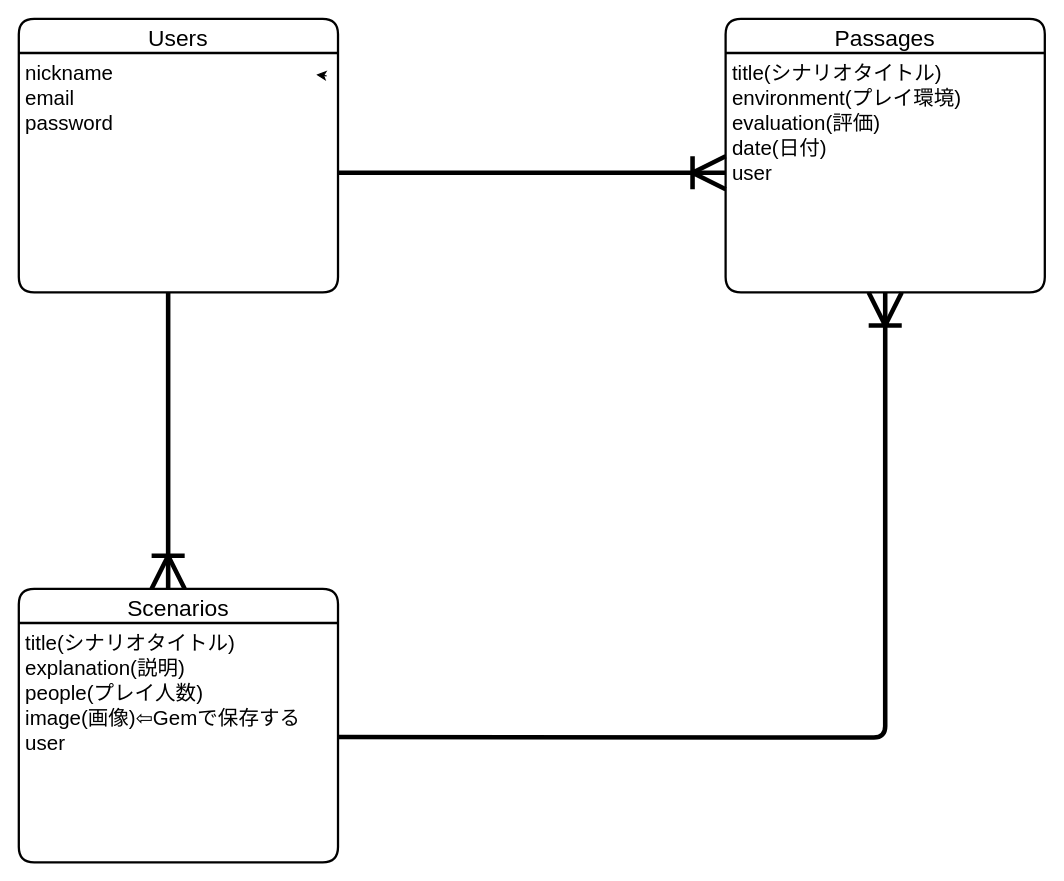
Before: madamisu.dio in randy1105/madamisu_card, a draw.io diagram. Source tidied: cells renumbered, new cells numbered last; positions are measured from the earlier drawing's top-left corner, leaving out a move shared by most shapes. Both pictures are drawn from the tidied source at 114%, with x=0, y=0 at pixel (18, 18).
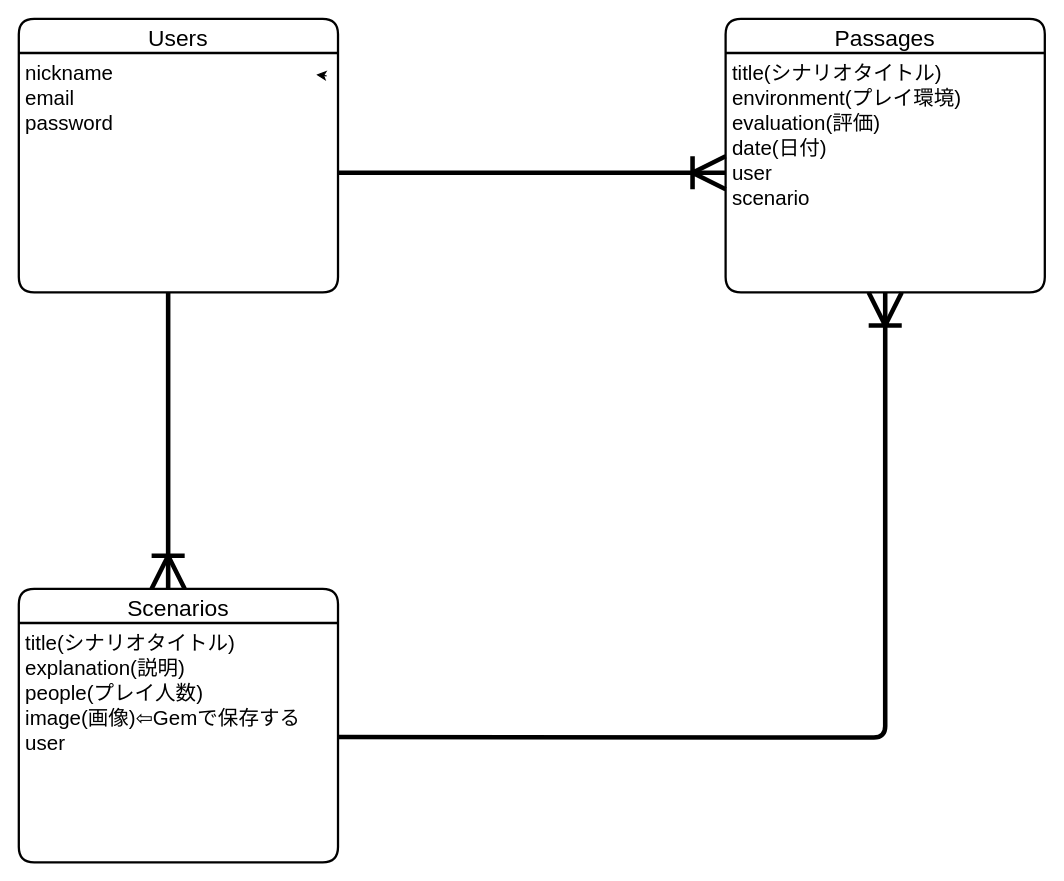
The same diagram, later.

The edit, as a diff of the source:
```diff
@@
 <mxGraphModel>
   <root>
     <mxCell id="0" />
     <mxCell id="1" parent="0" />
     <mxCell id="2" style="edgeStyle=none;html=1;exitX=1;exitY=0;exitDx=0;exitDy=0;entryX=0.936;entryY=-0.017;entryDx=0;entryDy=0;entryPerimeter=0;" parent="1" edge="1">
       <mxGeometry relative="1" as="geometry">
         <mxPoint x="270" y="50" as="sourcePoint" />
         <mxPoint x="261" y="49" as="targetPoint" />
       </mxGeometry>
     </mxCell>
     <mxCell id="3" value="Passages" style="swimlane;horizontal=1;startSize=30;rounded=1;fontSize=20;fontStyle=0;strokeWidth=2;shadow=0;dashed=0;align=center;" parent="1" vertex="1">
       <mxGeometry x="620" width="280" height="240" as="geometry" />
     </mxCell>
-    <mxCell id="4" value="title(シナリオタイトル)&#10;environment(プレイ環境)&#10;evaluation(評価)&#10;date(日付)&#10;user" style="align=left;strokeColor=none;fillColor=none;spacingLeft=4;fontSize=18;verticalAlign=top;" parent="3" vertex="1">
+    <mxCell id="4" value="title(シナリオタイトル)&#10;environment(プレイ環境)&#10;evaluation(評価)&#10;date(日付)&#10;user&#10;scenario" style="align=left;strokeColor=none;fillColor=none;spacingLeft=4;fontSize=18;verticalAlign=top;" parent="3" vertex="1">
       <mxGeometry y="30" width="280" height="210" as="geometry" />
     </mxCell>
     <mxCell id="5" value="Users" style="swimlane;horizontal=1;startSize=30;rounded=1;fontSize=20;fontStyle=0;strokeWidth=2;shadow=0;dashed=0;align=center;" parent="1" vertex="1">
       <mxGeometry width="280" height="240" as="geometry" />
     </mxCell>
     <mxCell id="6" value="nickname&#10;email&#10;password&#10;" style="align=left;strokeColor=none;fillColor=none;spacingLeft=4;fontSize=18;verticalAlign=top;" parent="5" vertex="1">
       <mxGeometry y="30" width="280" height="210" as="geometry" />
     </mxCell>
     <mxCell id="7" style="edgeStyle=entityRelationEdgeStyle;fontSize=12;html=1;endArrow=ERoneToMany;entryX=0;entryY=0.5;entryDx=0;entryDy=0;exitX=1;exitY=0.5;exitDx=0;exitDy=0;strokeWidth=4;endSize=24;endFill=0;" parent="1" edge="1" source="6" target="4">
       <mxGeometry relative="1" as="geometry" />
     </mxCell>
     <mxCell id="8" value="Scenarios" style="swimlane;horizontal=1;startSize=30;rounded=1;fontSize=20;fontStyle=0;strokeWidth=2;shadow=0;dashed=0;align=center;" parent="1" vertex="1">
       <mxGeometry y="500" width="280" height="240" as="geometry" />
     </mxCell>
     <mxCell id="9" value="title(シナリオタイトル)&#10;explanation(説明)&#10;people(プレイ人数)&#10;image(画像)⇦Gemで保存する&#10;user&#10;" style="align=left;strokeColor=none;fillColor=none;spacingLeft=4;fontSize=18;verticalAlign=top;" parent="8" vertex="1">
       <mxGeometry y="30" width="280" height="210" as="geometry" />
     </mxCell>
     <mxCell id="10" style="edgeStyle=orthogonalEdgeStyle;fontSize=12;html=1;endArrow=ERoneToMany;strokeWidth=4;endSize=24;endFill=0;exitX=0.467;exitY=1;exitDx=0;exitDy=0;exitPerimeter=0;" parent="1" edge="1" source="6">
       <mxGeometry relative="1" as="geometry">
         <mxPoint x="131" y="500" as="targetPoint" />
         <Array as="points">
           <mxPoint x="131" y="500" />
         </Array>
       </mxGeometry>
     </mxCell>
     <mxCell id="11" style="edgeStyle=orthogonalEdgeStyle;fontSize=12;html=1;endArrow=ERoneToMany;exitX=1;exitY=0.5;exitDx=0;exitDy=0;strokeWidth=4;endSize=24;endFill=0;entryX=0.5;entryY=1;entryDx=0;entryDy=0;" parent="1" edge="1" target="4">
       <mxGeometry relative="1" as="geometry">
         <mxPoint x="280" y="630" as="sourcePoint" />
       </mxGeometry>
     </mxCell>
   </root>
 </mxGraphModel>
```
